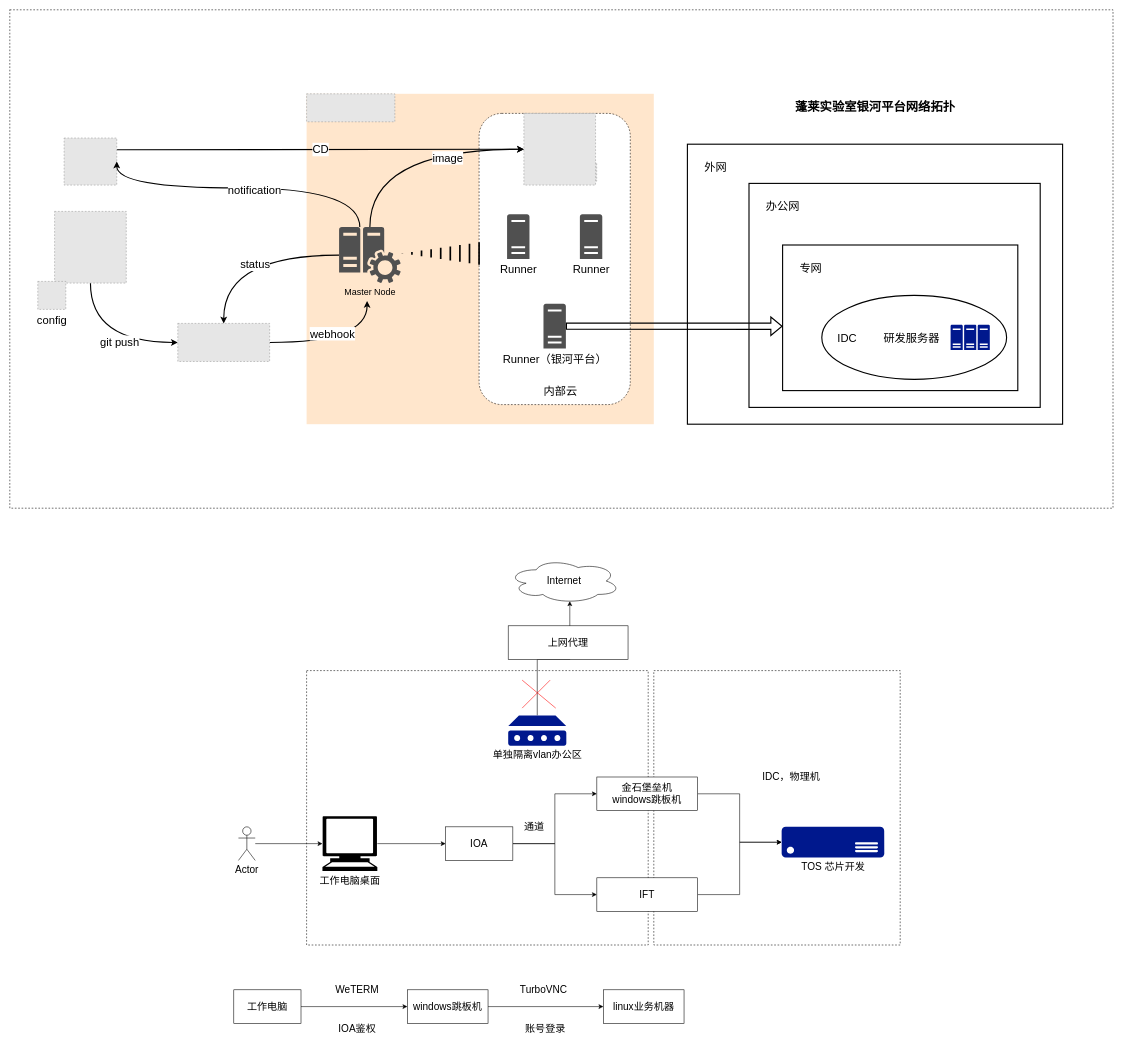
mattshhuang/draw-io keeps this draw.io diagram as page "Page-2" (2 of 3) of draft/eda-devops/devops.drawio. Above is the earlier version. Source tidied: cells renumbered, new cells numbered last; positions are measured from the earlier drawing's top-left corner, leaving out a move shared by most shapes. Both pictures are drawn from the tidied source at 56%, with x=0, y=0 at pixel (10, 10). Pictures stored in the file or linked from it are replaced by grey dashed boxes.
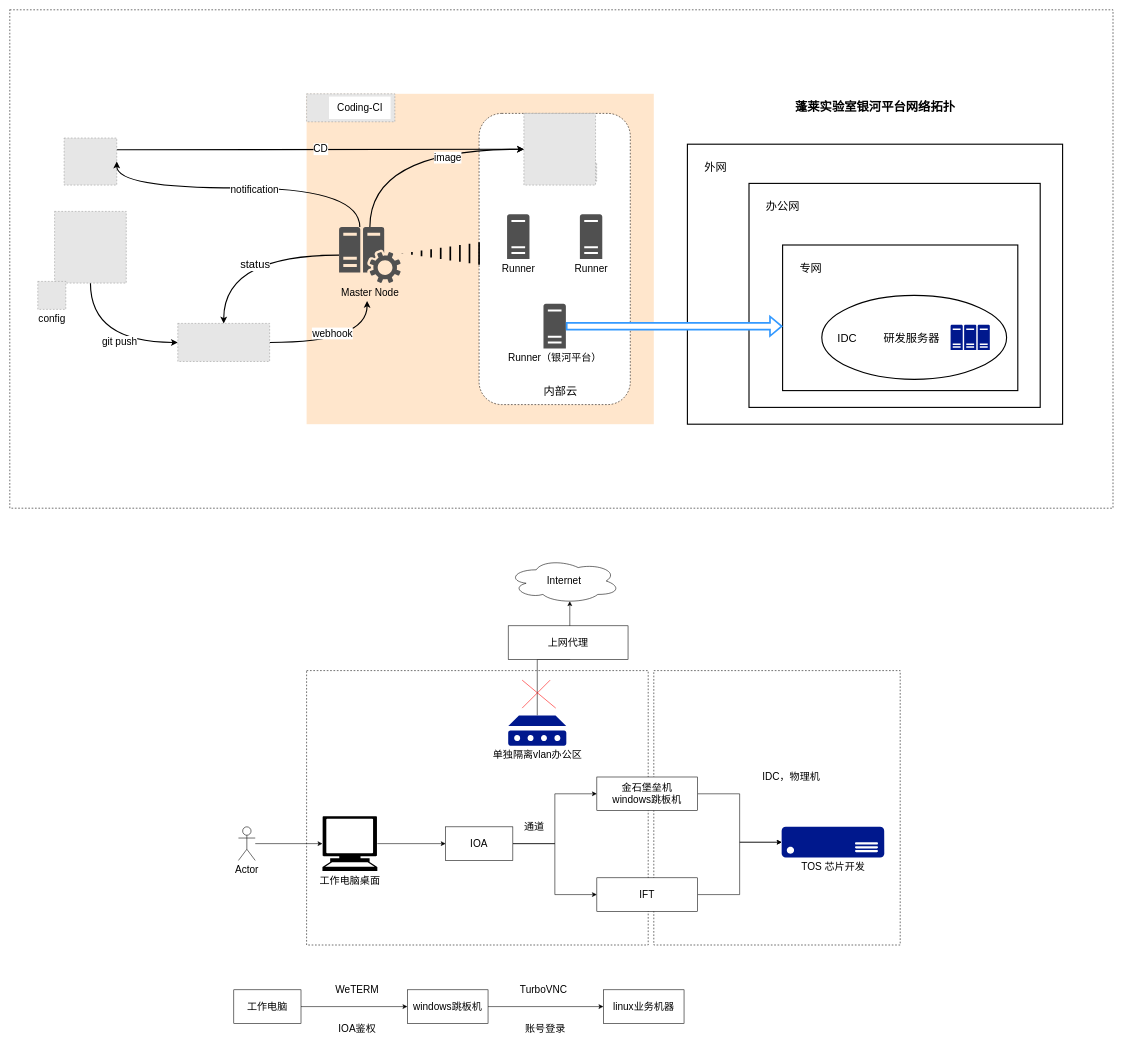
The same diagram, later.

The change refers to these unchanged cells:
```xml
<mxCell id="6" style="group;strokeWidth=2;" parent="1" vertex="1">
  <mxGeometry x="838" y="185" width="270" height="520" as="geometry" />
</mxCell>
<mxCell id="10" style="fillColor=#E6E6E6;strokeColor=#999999;dashed=1;html=1;verticalAlign=top;verticalLabelPosition=bottom;labelBackgroundColor=#ffffff;fontSize=16;" parent="8" vertex="1">
  <mxGeometry width="128" height="128" as="geometry" />
</mxCell>
<mxCell id="15" style="edgeStyle=orthogonalEdgeStyle;rounded=0;jettySize=auto;html=1;entryX=0;entryY=0.5;entryDx=0;entryDy=0;fontSize=16;endArrow=classic;endFill=1;exitX=0.5;exitY=1;exitDx=0;exitDy=0;curved=1;strokeWidth=2;" parent="1" edge="1" source="17" target="20">
  <mxGeometry relative="1" as="geometry" />
</mxCell>
<mxCell id="18" style="edgeStyle=orthogonalEdgeStyle;curved=1;rounded=0;jettySize=auto;html=1;fontSize=16;endArrow=classic;endFill=1;strokeWidth=2;exitX=1;exitY=0.5;exitDx=0;exitDy=0;" parent="1" edge="1" source="20">
  <mxGeometry relative="1" as="geometry">
    <mxPoint x="638" y="520" as="targetPoint" />
  </mxGeometry>
</mxCell>
<mxCell id="22" style="fillColor=#E6E6E6;strokeColor=#999999;dashed=1;verticalLabelPosition=bottom;labelBackgroundColor=default;verticalAlign=top;" parent="1" vertex="1">
  <mxGeometry x="97" y="229" width="94" height="84" as="geometry" />
</mxCell>
<mxCell id="24" style="edgeStyle=orthogonalEdgeStyle;curved=1;rounded=0;jettySize=auto;html=1;exitX=0.5;exitY=0;exitDx=0;exitDy=0;exitPerimeter=0;entryX=0;entryY=0.5;entryDx=0;entryDy=0;fontSize=16;endArrow=classic;endFill=1;strokeWidth=2;" parent="1" edge="1" source="30" target="10">
  <mxGeometry relative="1" as="geometry" />
</mxCell>
<mxCell id="28" style="edgeStyle=orthogonalEdgeStyle;curved=1;rounded=0;jettySize=auto;html=1;entryX=1;entryY=0.5;entryDx=0;entryDy=0;fontSize=16;endArrow=classic;endFill=1;strokeWidth=2;" parent="1" edge="1" source="30" target="22">
  <mxGeometry relative="1" as="geometry">
    <Array as="points">
      <mxPoint x="625" y="318" />
    </Array>
  </mxGeometry>
</mxCell>
<mxCell id="35" style="rounded=0;whiteSpace=wrap;html=1;strokeWidth=2;" parent="1" vertex="1">
  <mxGeometry x="1380" y="420" width="420" height="260" as="geometry" />
</mxCell>
```

Diff of the diagram source:
```diff
@@
-    <mxCell id="11" value="&lt;font style=&quot;font-size: 20px;&quot;&gt;Runner&lt;/font&gt;" style="sketch=0;shadow=0;dashed=0;html=1;strokeColor=none;fillColor=#505050;labelPosition=center;verticalLabelPosition=bottom;verticalAlign=top;align=center;shape=mxgraph.office.servers.server_generic;fontSize=16;" parent="6" vertex="1">
+    <mxCell id="11" value="&lt;font style=&quot;font-size: 18px;&quot;&gt;Runner&lt;/font&gt;" style="sketch=0;shadow=0;dashed=0;html=1;strokeColor=none;fillColor=#505050;labelPosition=center;verticalLabelPosition=bottom;verticalAlign=top;align=center;shape=mxgraph.office.servers.server_generic;fontSize=16;" parent="6" vertex="1">
       <mxGeometry x="50" y="180" width="40" height="80" as="geometry" />
     </mxCell>
-    <mxCell id="12" value="&lt;font style=&quot;font-size: 20px;&quot;&gt;Runner（银河平台）&lt;/font&gt;" style="sketch=0;shadow=0;dashed=0;html=1;strokeColor=none;fillColor=#505050;labelPosition=center;verticalLabelPosition=bottom;verticalAlign=top;outlineConnect=0;align=center;shape=mxgraph.office.servers.server_generic;fontSize=16;" parent="6" vertex="1">
+    <mxCell id="12" value="&lt;font style=&quot;font-size: 18px;&quot;&gt;Runner（银河平台）&lt;/font&gt;" style="sketch=0;shadow=0;dashed=0;html=1;strokeColor=none;fillColor=#505050;labelPosition=center;verticalLabelPosition=bottom;verticalAlign=top;outlineConnect=0;align=center;shape=mxgraph.office.servers.server_generic;fontSize=16;" parent="6" vertex="1">
       <mxGeometry x="115" y="340" width="40" height="80" as="geometry" />
     </mxCell>
-    <mxCell id="13" value="&lt;font style=&quot;font-size: 20px;&quot;&gt;Runner&lt;/font&gt;" style="sketch=0;shadow=0;dashed=0;html=1;strokeColor=none;fillColor=#505050;labelPosition=center;verticalLabelPosition=bottom;verticalAlign=top;align=center;shape=mxgraph.office.servers.server_generic;fontSize=16;" parent="6" vertex="1">
+    <mxCell id="13" value="&lt;font style=&quot;font-size: 18px;&quot;&gt;Runner&lt;/font&gt;" style="sketch=0;shadow=0;dashed=0;html=1;strokeColor=none;fillColor=#505050;labelPosition=center;verticalLabelPosition=bottom;verticalAlign=top;align=center;shape=mxgraph.office.servers.server_generic;fontSize=16;" parent="6" vertex="1">
       <mxGeometry x="180" y="180" width="40" height="80" as="geometry" />
     </mxCell>
@@
-    <mxCell id="16" value="&lt;font style=&quot;font-size: 20px;&quot;&gt;git push&lt;/font&gt;" style="edgeLabel;html=1;align=center;verticalAlign=middle;fontSize=16;" parent="15" vertex="1">
+    <mxCell id="16" value="&lt;font style=&quot;font-size: 18px;&quot;&gt;git push&lt;/font&gt;" style="edgeLabel;html=1;align=center;verticalAlign=middle;fontSize=16;" parent="15" vertex="1">
       <mxGeometry x="0.2" y="2" relative="1" as="geometry" />
     </mxCell>
@@
-    <mxCell id="19" value="&lt;font style=&quot;font-size: 20px;&quot;&gt;webhook&lt;/font&gt;" style="edgeLabel;html=1;align=center;verticalAlign=middle;fontSize=16;" parent="18" vertex="1">
+    <mxCell id="19" value="&lt;font style=&quot;font-size: 18px;&quot;&gt;webhook&lt;/font&gt;" style="edgeLabel;html=1;align=center;verticalAlign=middle;fontSize=16;" parent="18" vertex="1">
       <mxGeometry x="-0.11" y="17" relative="1" as="geometry" />
     </mxCell>
@@
-    <mxCell id="21" value="&lt;font style=&quot;font-size: 20px;&quot;&gt;CD&lt;/font&gt;" style="rounded=0;jettySize=auto;html=1;entryX=0;entryY=0.5;entryDx=0;entryDy=0;fontSize=16;endArrow=classic;endFill=1;strokeWidth=2;exitX=1;exitY=0.25;exitDx=0;exitDy=0;" parent="1" edge="1" source="22" target="10">
+    <mxCell id="21" value="&lt;font style=&quot;font-size: 18px;&quot;&gt;CD&lt;/font&gt;" style="rounded=0;jettySize=auto;html=1;entryX=0;entryY=0.5;entryDx=0;entryDy=0;fontSize=16;endArrow=classic;endFill=1;strokeWidth=2;exitX=1;exitY=0.25;exitDx=0;exitDy=0;" parent="1" edge="1" source="22" target="10">
       <mxGeometry relative="1" as="geometry" />
     </mxCell>
@@
-    <mxCell id="23" value="&lt;span style=&quot;font-size: 20px;&quot;&gt;config&lt;/span&gt;" style="fillColor=#E6E6E6;strokeColor=#999999;dashed=1;html=1;verticalAlign=top;verticalLabelPosition=bottom;labelBackgroundColor=#ffffff;fontSize=16;" parent="1" vertex="1">
+    <mxCell id="23" value="&lt;font style=&quot;font-size: 18px;&quot;&gt;config&lt;/font&gt;" style="fillColor=#E6E6E6;strokeColor=#999999;dashed=1;html=1;verticalAlign=top;verticalLabelPosition=bottom;labelBackgroundColor=#ffffff;fontSize=16;" parent="1" vertex="1">
       <mxGeometry x="50" y="485" width="50" height="50" as="geometry" />
     </mxCell>
@@
-    <mxCell id="25" value="&lt;font style=&quot;font-size: 20px;&quot;&gt;image&lt;/font&gt;" style="edgeLabel;html=1;align=center;verticalAlign=middle;fontSize=16;" parent="24" vertex="1">
+    <mxCell id="25" value="&lt;font style=&quot;font-size: 18px;&quot;&gt;image&lt;/font&gt;" style="edgeLabel;html=1;align=center;verticalAlign=middle;fontSize=16;" parent="24" vertex="1">
       <mxGeometry x="0.34" y="-14" relative="1" as="geometry" />
     </mxCell>
@@
-    <mxCell id="29" value="notification" style="edgeLabel;html=1;align=center;verticalAlign=middle;fontSize=20;" parent="28" vertex="1">
+    <mxCell id="29" value="&lt;font style=&quot;font-size: 18px;&quot;&gt;notification&lt;/font&gt;" style="edgeLabel;html=1;align=center;verticalAlign=middle;fontSize=20;" parent="28" vertex="1">
       <mxGeometry x="-0.06" y="2" relative="1" as="geometry" />
     </mxCell>
-    <mxCell id="30" value="Master Node" style="sketch=0;shadow=0;dashed=0;html=1;strokeColor=none;labelPosition=center;verticalLabelPosition=bottom;verticalAlign=top;align=center;fillColor=#505050;shape=mxgraph.mscae.oms.config_assessment;fontSize=16;" parent="1" vertex="1">
+    <mxCell id="30" value="&lt;font style=&quot;font-size: 18px;&quot;&gt;Master Node&lt;/font&gt;" style="sketch=0;shadow=0;dashed=0;html=1;strokeColor=none;labelPosition=center;verticalLabelPosition=bottom;verticalAlign=top;align=center;fillColor=#505050;shape=mxgraph.mscae.oms.config_assessment;fontSize=16;" parent="1" vertex="1">
       <mxGeometry x="588" y="388" width="110" height="100" as="geometry" />
     </mxCell>
@@
-    <mxCell id="44" style="edgeStyle=none;rounded=0;jettySize=auto;html=1;entryX=0;entryY=0.558;entryDx=0;entryDy=0;entryPerimeter=0;fontSize=22;endArrow=classic;endFill=1;strokeWidth=2;shape=flexArrow;" parent="1" edge="1" source="12" target="35">
-      <mxGeometry relative="1" as="geometry" />
-    </mxCell>
@@
+    <mxCell id="44" style="edgeStyle=none;rounded=0;jettySize=auto;html=1;entryX=0;entryY=0.558;entryDx=0;entryDy=0;entryPerimeter=0;fontSize=22;endArrow=classic;endFill=1;strokeWidth=3;shape=flexArrow;fillColor=default;strokeColor=#3399FF;" parent="1" edge="1" source="12" target="35">
+      <mxGeometry relative="1" as="geometry" />
+    </mxCell>
+    <mxCell id="75" value="&lt;font style=&quot;font-size: 18px;&quot;&gt;&amp;nbsp;Coding-CI&amp;nbsp;&lt;/font&gt;" style="text;html=1;align=center;verticalAlign=middle;strokeColor=none;fillColor=default;" parent="1" vertex="1">
+      <mxGeometry x="570" y="155" width="110" height="40" as="geometry" />
+    </mxCell>
```
